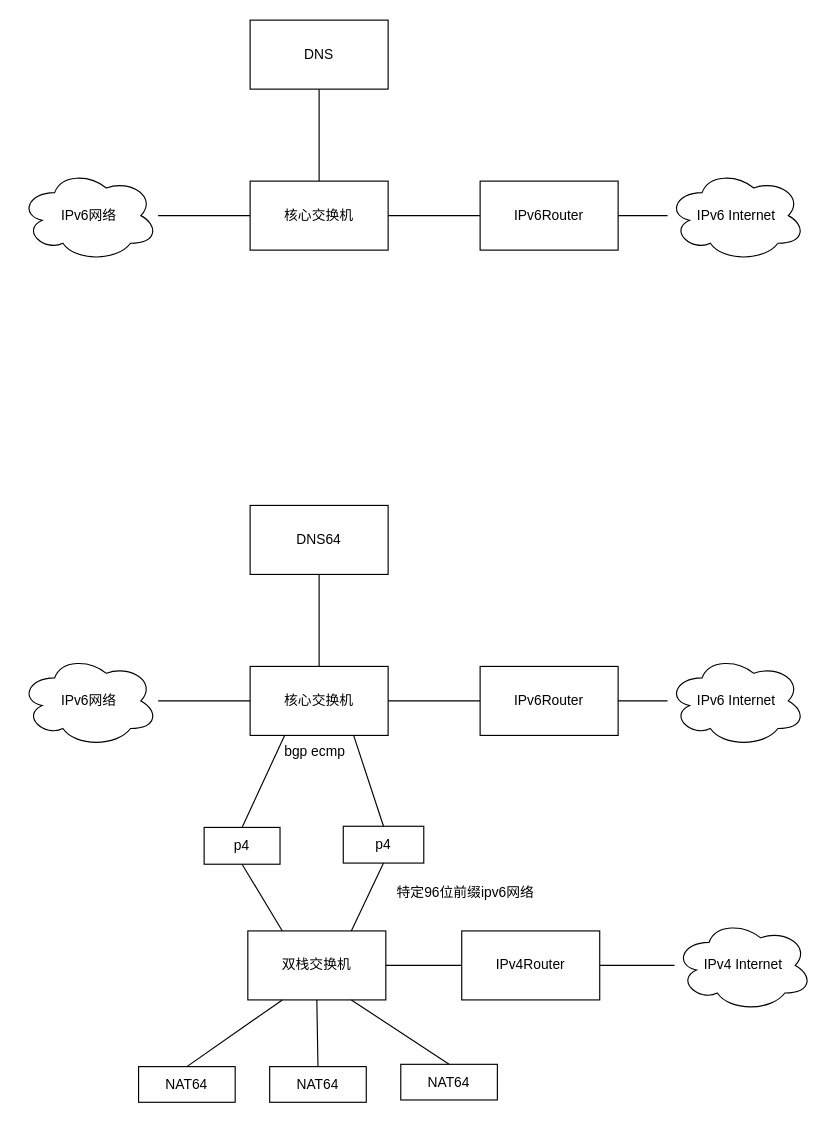
This is page "第 3 页" (3 of 3) of LRG.drawio from imoceanking/drawio, a draw.io file, before an edit. Source tidied: cells renumbered, new cells numbered last; positions are measured from the earlier drawing's top-left corner, leaving out a move shared by most shapes. Both pictures are drawn from the tidied source at 115%, with x=0, y=0 at pixel (20, 20).
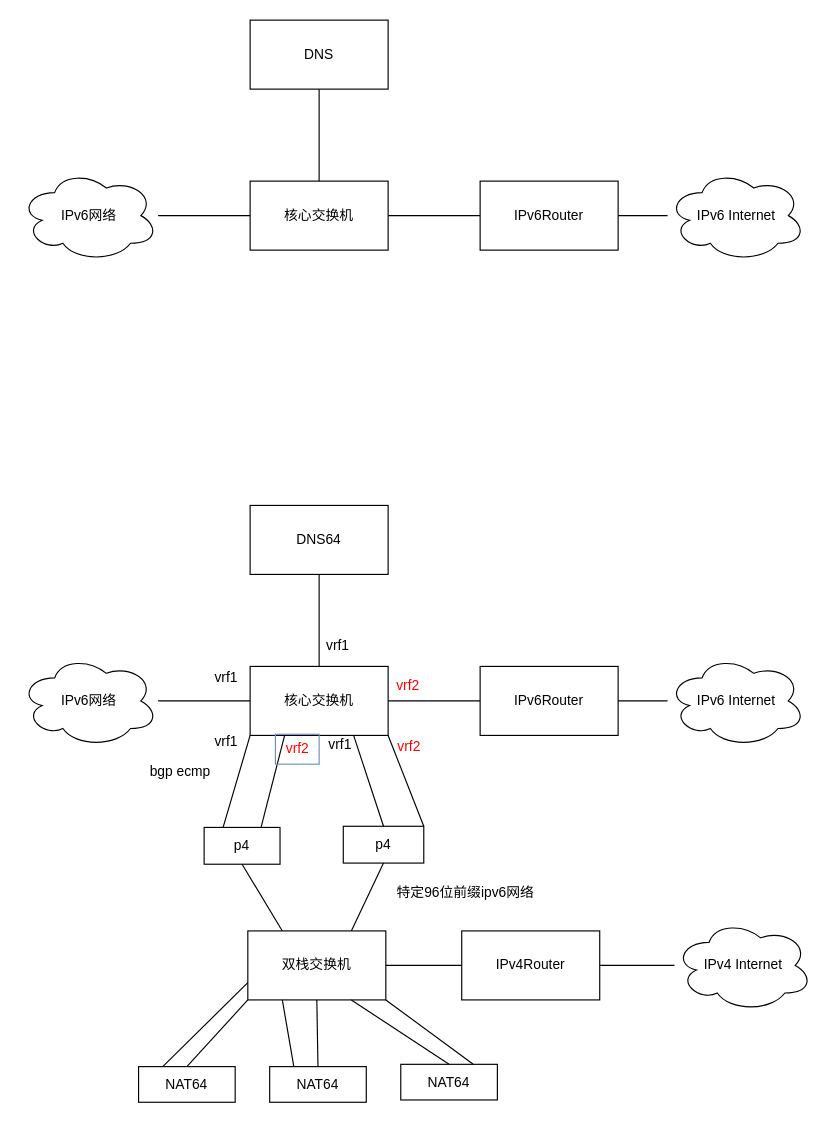
Above is the later version.

The change refers to these unchanged cells:
```xml
<mxCell id="15" value="核心交换机" style="whiteSpace=wrap;html=1;" parent="1" vertex="1">
  <mxGeometry x="200" y="562" width="120" height="60" as="geometry" />
</mxCell>
<mxCell id="20" value="p4" style="whiteSpace=wrap;html=1;" parent="1" vertex="1">
  <mxGeometry x="160" y="702" width="66" height="32" as="geometry" />
</mxCell>
<mxCell id="21" value="p4" style="whiteSpace=wrap;html=1;" parent="1" vertex="1">
  <mxGeometry x="281" y="701" width="70" height="32" as="geometry" />
</mxCell>
<mxCell id="24" value="双栈交换机" style="rounded=0;whiteSpace=wrap;html=1;" parent="1" vertex="1">
  <mxGeometry x="198" y="792" width="120" height="60" as="geometry" />
</mxCell>
<mxCell id="27" value="NAT64" style="rounded=0;whiteSpace=wrap;html=1;" parent="1" vertex="1">
  <mxGeometry x="103" y="910" width="84" height="31" as="geometry" />
</mxCell>
<mxCell id="28" value="NAT64" style="rounded=0;whiteSpace=wrap;html=1;" parent="1" vertex="1">
  <mxGeometry x="217" y="910" width="84" height="31" as="geometry" />
</mxCell>
<mxCell id="29" value="NAT64" style="rounded=0;whiteSpace=wrap;html=1;" parent="1" vertex="1">
  <mxGeometry x="331" y="908" width="84" height="31" as="geometry" />
</mxCell>
```

Diff of the diagram source:
```diff
@@
-    <mxCell id="23" style="endArrow=none;html=1;rounded=0;exitX=0.5;exitY=0;exitDx=0;exitDy=0;entryX=0.25;entryY=1;entryDx=0;entryDy=0;" parent="1" edge="1" source="20" target="15">
+    <mxCell id="23" style="endArrow=none;html=1;rounded=0;exitX=0.25;exitY=0;exitDx=0;exitDy=0;entryX=0;entryY=1;entryDx=0;entryDy=0;" parent="1" edge="1" source="20" target="15">
       <mxGeometry relative="1" as="geometry" />
     </mxCell>
@@
-    <mxCell id="30" style="endArrow=none;html=1;rounded=0;exitX=0.5;exitY=0;exitDx=0;exitDy=0;entryX=0.25;entryY=1;entryDx=0;entryDy=0;" parent="1" edge="1" source="27" target="24">
+    <mxCell id="30" style="endArrow=none;html=1;rounded=0;exitX=0.5;exitY=0;exitDx=0;exitDy=0;entryX=0;entryY=1;entryDx=0;entryDy=0;" parent="1" edge="1" source="27" target="24">
       <mxGeometry relative="1" as="geometry" />
     </mxCell>
@@
     <mxCell id="37" value="bgp ecmp" style="text;html=1;align=center;verticalAlign=middle;strokeColor=none;fillColor=none;" parent="1" vertex="1">
-      <mxGeometry x="220" y="623" width="71" height="26" as="geometry" />
+      <mxGeometry x="103" y="641" width="71" height="26" as="geometry" />
     </mxCell>
@@
+    <mxCell id="39" style="endArrow=none;html=1;rounded=0;exitX=0.25;exitY=0;exitDx=0;exitDy=0;entryX=0;entryY=0.75;entryDx=0;entryDy=0;" parent="1" edge="1" source="27" target="24">
+      <mxGeometry relative="1" as="geometry" />
+    </mxCell>
+    <mxCell id="40" style="endArrow=none;html=1;rounded=0;exitX=0.25;exitY=0;exitDx=0;exitDy=0;entryX=0.25;entryY=1;entryDx=0;entryDy=0;" parent="1" edge="1" source="28" target="24">
+      <mxGeometry relative="1" as="geometry" />
+    </mxCell>
+    <mxCell id="41" style="endArrow=none;html=1;rounded=0;entryX=0.75;entryY=0;entryDx=0;entryDy=0;exitX=1;exitY=1;exitDx=0;exitDy=0;" parent="1" edge="1" source="24" target="29">
+      <mxGeometry relative="1" as="geometry" />
+    </mxCell>
+    <mxCell id="42" style="endArrow=none;html=1;rounded=0;exitX=0.75;exitY=0;exitDx=0;exitDy=0;entryX=0.25;entryY=1;entryDx=0;entryDy=0;" parent="1" edge="1" source="20" target="15">
+      <mxGeometry relative="1" as="geometry" />
+    </mxCell>
+    <mxCell id="43" style="endArrow=none;html=1;rounded=0;entryX=1;entryY=1;entryDx=0;entryDy=0;exitX=1;exitY=0;exitDx=0;exitDy=0;" parent="1" edge="1" source="21" target="15">
+      <mxGeometry relative="1" as="geometry" />
+    </mxCell>
+    <mxCell id="44" value="vrf1" style="text;html=1;align=center;verticalAlign=middle;strokeColor=none;fillColor=none;" parent="1" vertex="1">
+      <mxGeometry x="160" y="615" width="38" height="26" as="geometry" />
+    </mxCell>
+    <mxCell id="45" value="vrf1" style="text;html=1;align=center;verticalAlign=middle;strokeColor=none;fillColor=none;" parent="1" vertex="1">
+      <mxGeometry x="259" y="617" width="38" height="26" as="geometry" />
+    </mxCell>
+    <mxCell id="46" value="vrf2" style="text;html=1;align=center;verticalAlign=middle;strokeColor=#6c8ebf;fillColor=none;fontColor=#FF0000;" parent="1" vertex="1">
+      <mxGeometry x="222" y="621" width="38" height="26" as="geometry" />
+    </mxCell>
+    <mxCell id="47" value="vrf2" style="text;html=1;align=center;verticalAlign=middle;strokeColor=none;fillColor=none;fontColor=#FF0000;" parent="1" vertex="1">
+      <mxGeometry x="319" y="619" width="38" height="26" as="geometry" />
+    </mxCell>
+    <mxCell id="48" value="vrf2" style="text;html=1;align=center;verticalAlign=middle;strokeColor=none;fillColor=none;fontColor=#FF0000;" parent="1" vertex="1">
+      <mxGeometry x="318" y="566" width="38" height="26" as="geometry" />
+    </mxCell>
+    <mxCell id="49" value="vrf1" style="text;html=1;align=center;verticalAlign=middle;strokeColor=none;fillColor=none;" parent="1" vertex="1">
+      <mxGeometry x="160" y="559" width="38" height="26" as="geometry" />
+    </mxCell>
+    <mxCell id="50" value="vrf1" style="text;html=1;align=center;verticalAlign=middle;strokeColor=none;fillColor=none;" parent="1" vertex="1">
+      <mxGeometry x="257" y="531" width="38" height="26" as="geometry" />
+    </mxCell>
```
